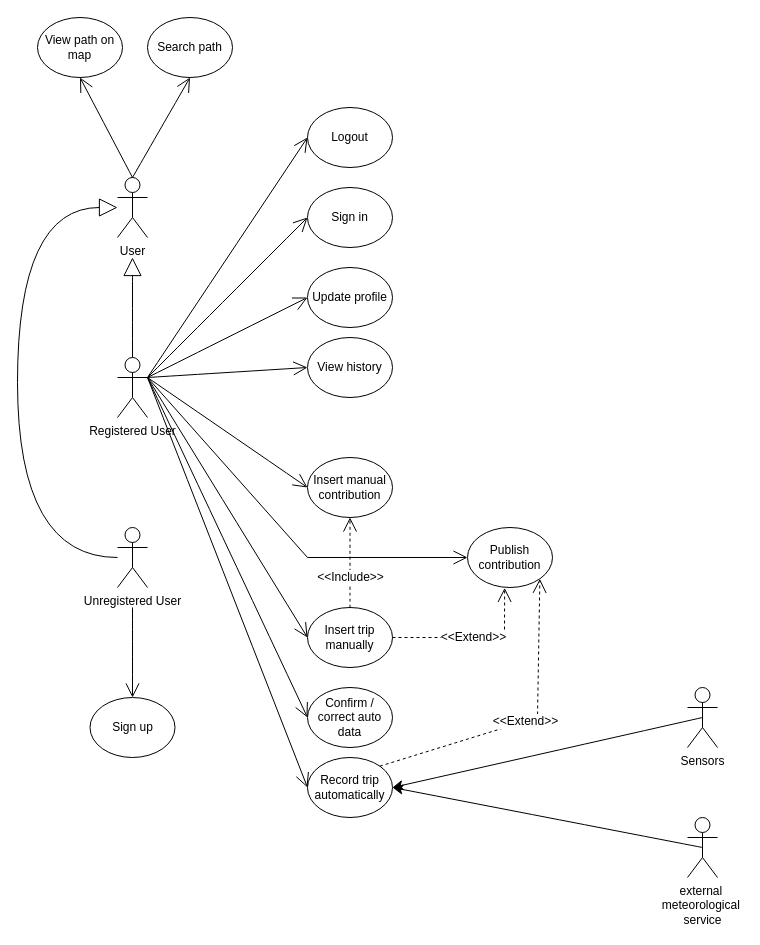
Above: RASD/Version1.0/images/use_case_diagram.drawio in Francesco2035/RavelliRausaPoggi (draw.io), before the change. Source tidied: cells renumbered, new cells numbered last; positions are measured from the earlier drawing's top-left corner, leaving out a move shared by most shapes. Both pictures are drawn from the tidied source at 100%, with x=0, y=0 at pixel (17, 17).
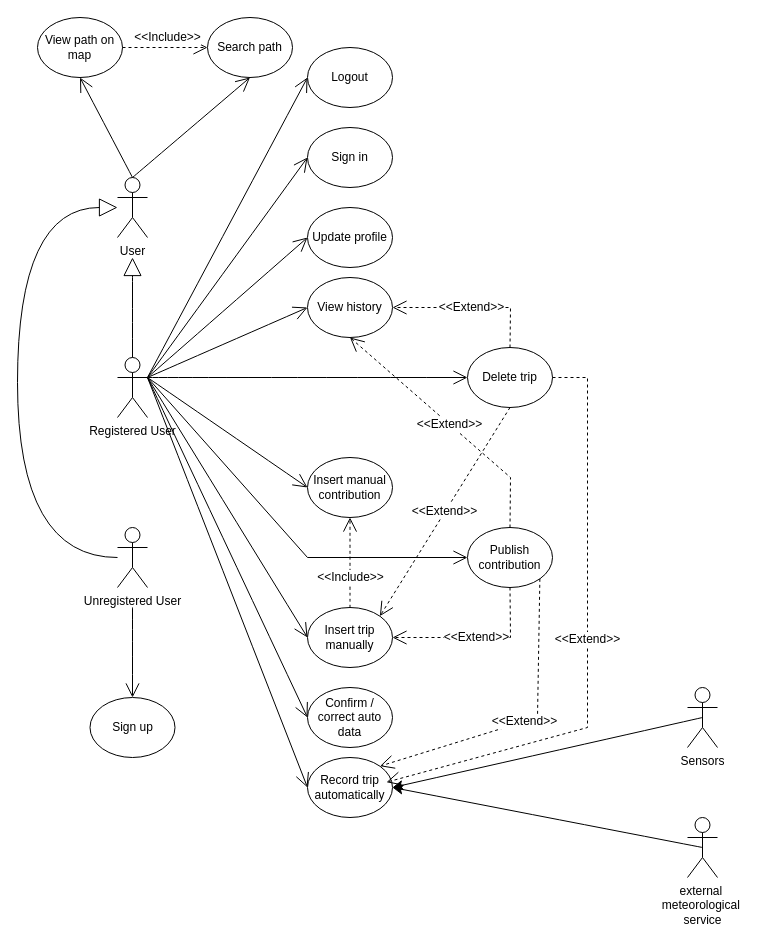
The same page after the edit.

Unchanged cells that the change refers to:
```xml
<mxCell id="3" value="Registered User" style="shape=umlActor;verticalLabelPosition=bottom;verticalAlign=top;html=1;outlineConnect=0;" parent="1" vertex="1">
  <mxGeometry x="100" y="340" width="30" height="60" as="geometry" />
</mxCell>
<mxCell id="12" value="Publish contribution" style="ellipse;whiteSpace=wrap;html=1;" parent="1" vertex="1">
  <mxGeometry x="450" y="510" width="85" height="60" as="geometry" />
</mxCell>
<mxCell id="17" value="Insert trip manually" style="ellipse;whiteSpace=wrap;html=1;" parent="1" vertex="1">
  <mxGeometry x="290" y="590" width="85" height="60" as="geometry" />
</mxCell>
<mxCell id="19" value="Record trip automatically" style="ellipse;whiteSpace=wrap;html=1;" parent="1" vertex="1">
  <mxGeometry x="290" y="740" width="85" height="60" as="geometry" />
</mxCell>
<mxCell id="22" value="View path on map" style="ellipse;whiteSpace=wrap;html=1;" parent="1" vertex="1">
  <mxGeometry x="20" width="85" height="60" as="geometry" />
</mxCell>
```

Diff of the diagram source:
```diff
@@
     <mxCell id="11" value="Search path" style="ellipse;whiteSpace=wrap;html=1;" parent="1" vertex="1">
-      <mxGeometry x="130" width="85" height="60" as="geometry" />
+      <mxGeometry x="190" width="85" height="60" as="geometry" />
     </mxCell>
@@
     <mxCell id="13" value="Logout" style="ellipse;whiteSpace=wrap;html=1;" parent="1" vertex="1">
-      <mxGeometry x="290" y="90" width="85" height="60" as="geometry" />
+      <mxGeometry x="290" y="30" width="85" height="60" as="geometry" />
     </mxCell>
     <mxCell id="14" value="Sign in" style="ellipse;whiteSpace=wrap;html=1;" parent="1" vertex="1">
-      <mxGeometry x="290" y="170" width="85" height="60" as="geometry" />
+      <mxGeometry x="290" y="110" width="85" height="60" as="geometry" />
     </mxCell>
     <mxCell id="15" value="View history" style="ellipse;whiteSpace=wrap;html=1;" parent="1" vertex="1">
-      <mxGeometry x="290" y="320" width="85" height="60" as="geometry" />
+      <mxGeometry x="290" y="260" width="85" height="60" as="geometry" />
     </mxCell>
@@
     <mxCell id="21" value="Update profile" style="ellipse;whiteSpace=wrap;html=1;" parent="1" vertex="1">
-      <mxGeometry x="290" y="250" width="85" height="60" as="geometry" />
+      <mxGeometry x="290" y="190" width="85" height="60" as="geometry" />
     </mxCell>
@@
-    <mxCell id="28" style="endArrow=open;endFill=1;endSize=12;html=1;rounded=0;fontSize=12;curved=1;exitX=1;exitY=0.3333333333333333;exitDx=0;exitDy=0;exitPerimeter=0;" parent="1" edge="1" source="3">
-      <mxGeometry relative="1" as="geometry">
-        <mxPoint x="290" y="350" as="targetPoint" />
-      </mxGeometry>
+    <mxCell id="28" style="endArrow=open;endFill=1;endSize=12;html=1;rounded=0;fontSize=12;curved=1;exitX=1;exitY=0.3333333333333333;exitDx=0;exitDy=0;exitPerimeter=0;entryX=0;entryY=0.5;entryDx=0;entryDy=0;" parent="1" edge="1" source="3" target="38">
+      <mxGeometry relative="1" as="geometry" />
     </mxCell>
@@
-    <mxCell id="36" value="&amp;lt;&amp;lt;Extend&amp;gt;&amp;gt;" style="endArrow=open;endSize=12;dashed=1;html=1;rounded=0;fontSize=12;exitX=1;exitY=0.5;exitDx=0;exitDy=0;entryX=0.437;entryY=1.006;entryDx=0;entryDy=0;entryPerimeter=0;" parent="1" edge="1" source="17" target="12">
+    <mxCell id="36" value="&amp;lt;&amp;lt;Extend&amp;gt;&amp;gt;" style="endArrow=open;endSize=12;dashed=1;html=1;rounded=0;fontSize=12;entryX=1;entryY=0.5;entryDx=0;entryDy=0;exitX=0.5;exitY=1;exitDx=0;exitDy=0;" parent="1" edge="1" source="12" target="17">
       <mxGeometry relative="1" as="geometry">
         <Array as="points">
-          <mxPoint x="487" y="620" />
+          <mxPoint x="493" y="620" />
         </Array>
       </mxGeometry>
     </mxCell>
-    <mxCell id="37" value="&amp;lt;&amp;lt;Extend&amp;gt;&amp;gt;" style="endArrow=open;endSize=12;dashed=1;html=1;rounded=0;fontSize=12;exitX=1;exitY=0;exitDx=0;exitDy=0;entryX=1;entryY=1;entryDx=0;entryDy=0;" parent="1" edge="1" source="19" target="12">
+    <mxCell id="37" value="&amp;lt;&amp;lt;Extend&amp;gt;&amp;gt;" style="endArrow=open;endSize=12;dashed=1;html=1;rounded=0;fontSize=12;exitX=1;exitY=1;exitDx=0;exitDy=0;entryX=1;entryY=0;entryDx=0;entryDy=0;" parent="1" edge="1" source="12" target="19">
       <mxGeometry relative="1" as="geometry">
         <Array as="points">
           <mxPoint x="520" y="700" />
         </Array>
       </mxGeometry>
     </mxCell>
+    <mxCell id="38" value="Delete trip" style="ellipse;whiteSpace=wrap;html=1;" parent="1" vertex="1">
+      <mxGeometry x="450" y="330" width="85" height="60" as="geometry" />
+    </mxCell>
+    <mxCell id="39" style="endArrow=open;endFill=1;endSize=12;html=1;rounded=0;fontSize=12;curved=1;entryX=0;entryY=0.5;entryDx=0;entryDy=0;" parent="1" edge="1" target="15">
+      <mxGeometry relative="1" as="geometry">
+        <mxPoint x="130" y="360" as="sourcePoint" />
+      </mxGeometry>
+    </mxCell>
+    <mxCell id="40" value="&amp;lt;&amp;lt;Extend&amp;gt;&amp;gt;" style="endArrow=open;endSize=12;dashed=1;html=1;rounded=0;fontSize=12;exitX=0.5;exitY=0;exitDx=0;exitDy=0;" parent="1" edge="1" source="38">
+      <mxGeometry relative="1" as="geometry">
+        <mxPoint x="375" y="290" as="targetPoint" />
+        <Array as="points">
+          <mxPoint x="493" y="290" />
+        </Array>
+      </mxGeometry>
+    </mxCell>
+    <mxCell id="41" value="&amp;lt;&amp;lt;Extend&amp;gt;&amp;gt;" style="endArrow=open;endSize=12;dashed=1;html=1;rounded=0;fontSize=12;entryX=0.5;entryY=1;entryDx=0;entryDy=0;exitX=0.5;exitY=0;exitDx=0;exitDy=0;" parent="1" edge="1" source="12" target="15">
+      <mxGeometry relative="1" as="geometry">
+        <Array as="points">
+          <mxPoint x="493" y="460" />
+        </Array>
+      </mxGeometry>
+    </mxCell>
+    <mxCell id="42" value="&amp;lt;&amp;lt;Include&amp;gt;&amp;gt;" style="endArrow=open;endSize=12;dashed=1;html=1;rounded=0;fontSize=12;curved=0;exitX=1;exitY=0.5;exitDx=0;exitDy=0;" parent="1" edge="1" source="22">
+      <mxGeometry x="0.06" y="10" relative="1" as="geometry">
+        <mxPoint x="190" y="30" as="targetPoint" />
+      </mxGeometry>
+    </mxCell>
+    <mxCell id="43" value="&amp;lt;&amp;lt;Extend&amp;gt;&amp;gt;" style="endArrow=open;endSize=12;dashed=1;html=1;rounded=0;fontSize=12;entryX=1;entryY=0;entryDx=0;entryDy=0;exitX=0.5;exitY=1;exitDx=0;exitDy=0;" parent="1" edge="1" source="38" target="17">
+      <mxGeometry relative="1" as="geometry" />
+    </mxCell>
+    <mxCell id="44" value="&amp;lt;&amp;lt;Extend&amp;gt;&amp;gt;" style="endArrow=open;endSize=12;dashed=1;html=1;rounded=0;fontSize=12;exitX=1;exitY=0.5;exitDx=0;exitDy=0;entryX=0.929;entryY=0.412;entryDx=0;entryDy=0;entryPerimeter=0;" parent="1" edge="1" source="38" target="19">
+      <mxGeometry relative="1" as="geometry">
+        <Array as="points">
+          <mxPoint x="570" y="360" />
+          <mxPoint x="570" y="710" />
+        </Array>
+      </mxGeometry>
+    </mxCell>
```
